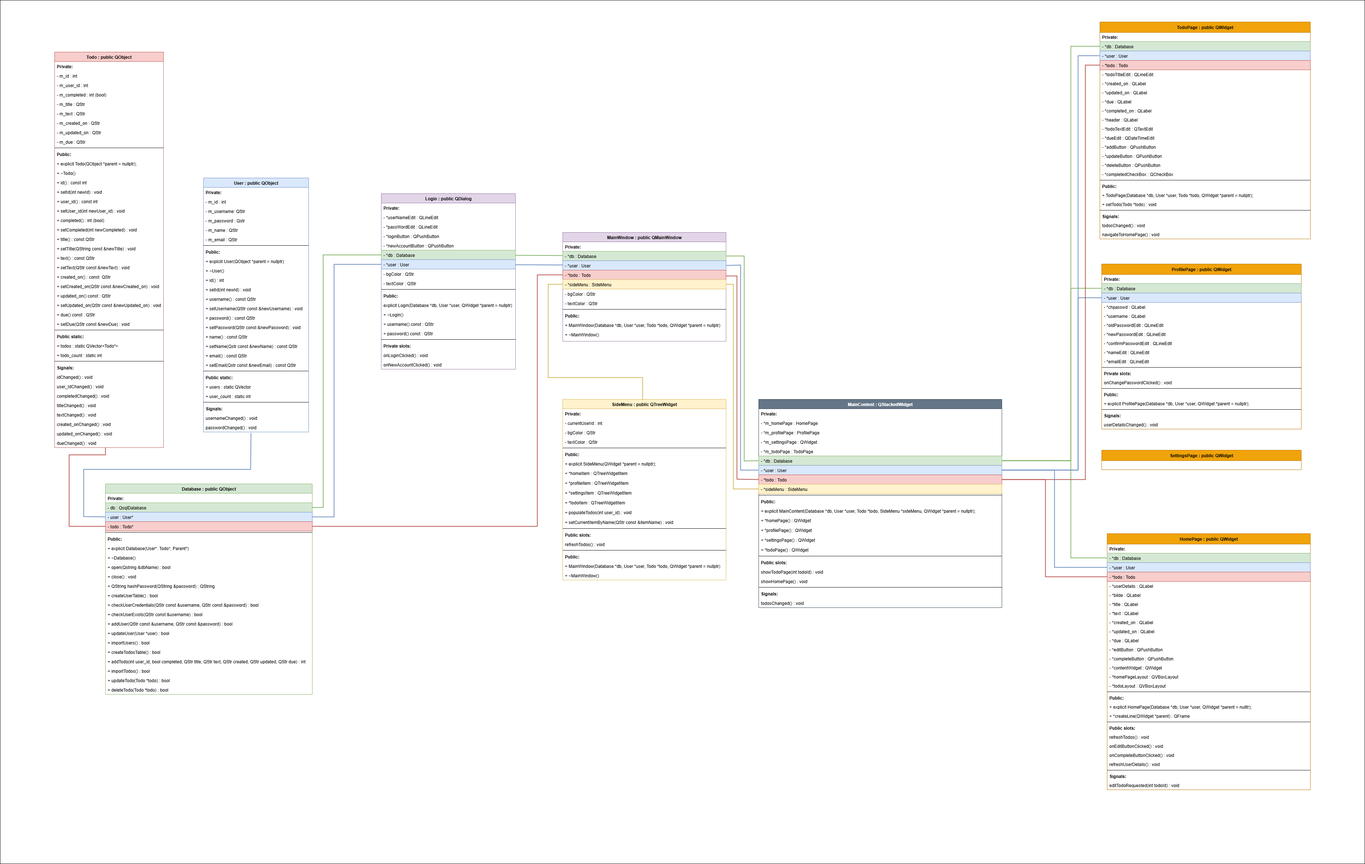
coc0nut/FiV_Mobile_Applikasjoner keeps this draw.io diagram as UML/Class Diagram.png. Above is the earlier version. Source tidied: cells renumbered, new cells last; positions are measured from the earlier drawing's top-left corner, leaving out a move shared by most shapes.
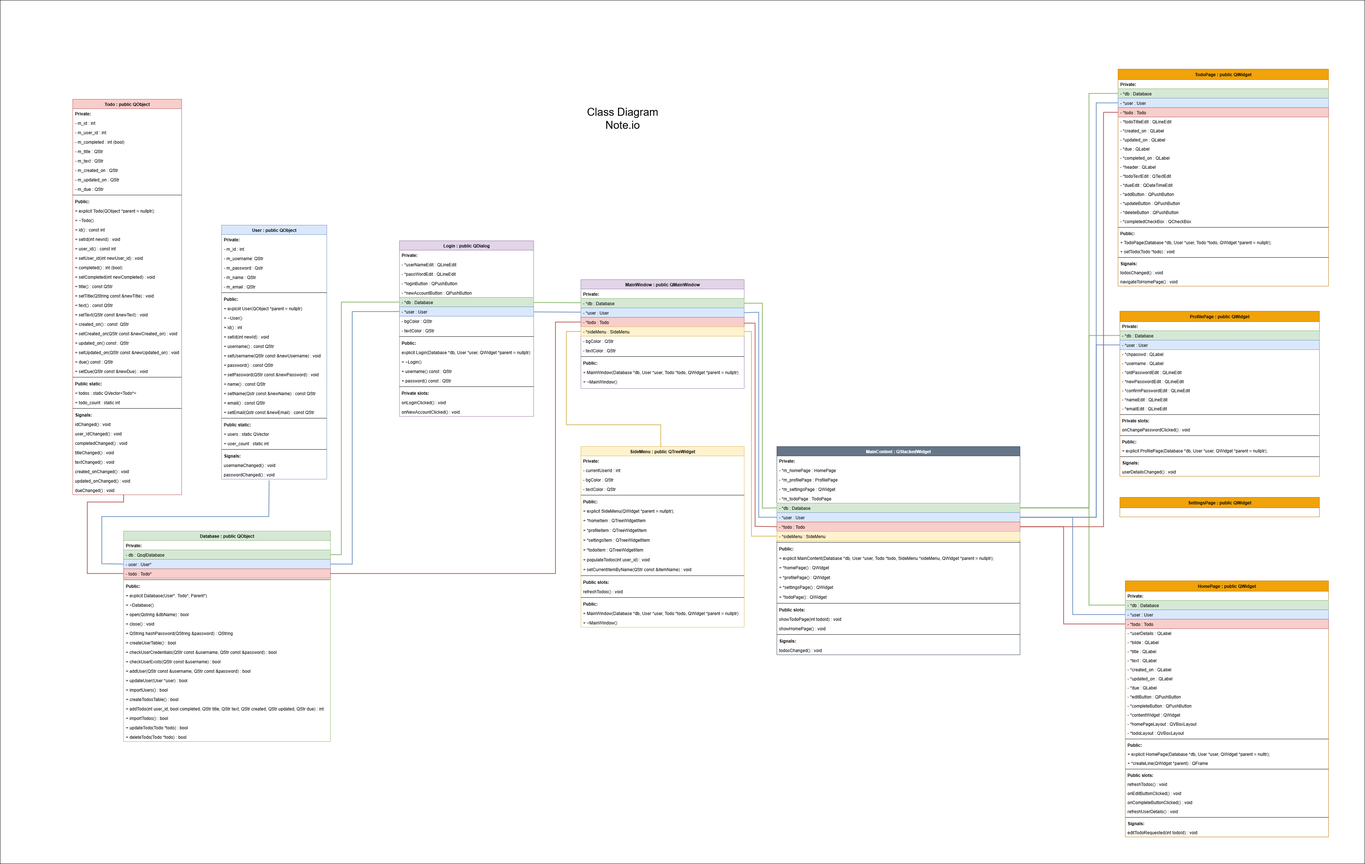
After the commit.

Diff of the diagram source:
```diff
@@ -3,7 +3,7 @@
     <mxCell id="0" />
     <mxCell id="1" parent="0" />
     <mxCell id="2" style="rounded=0;whiteSpace=wrap;html=1;" parent="1" vertex="1">
-      <mxGeometry width="3760" height="2380" as="geometry" />
+      <mxGeometry x="-50" y="-130" width="3760" height="2380" as="geometry" />
     </mxCell>
     <mxCell id="3" value="User : public QObject" style="swimlane;fontStyle=1;align=center;verticalAlign=top;horizontal=1;startSize=26;rounded=0;shadow=0;strokeWidth=1;fillColor=#dae8fc;strokeColor=#6c8ebf;" parent="1" vertex="1">
       <mxGeometry x="560" y="490" width="290" height="700" as="geometry" />
@@ -902,5 +902,8 @@
     <mxCell id="271" style="edgeStyle=orthogonalEdgeStyle;rounded=0;jettySize=auto;html=1;exitX=1;exitY=0.5;exitDx=0;exitDy=0;fillColor=#dae8fc;strokeColor=#6c8ebf;strokeWidth=2;endArrow=none;endFill=0;" parent="1" edge="1" source="167" target="191">
       <mxGeometry relative="1" as="geometry" />
     </mxCell>
+    <mxCell id="272" value="&lt;font style=&quot;font-size: 30px;&quot;&gt;Class Diagram&lt;br&gt;Note.io&lt;/font&gt;" style="text;html=1;align=center;verticalAlign=middle;whiteSpace=wrap;rounded=0;" parent="1" vertex="1">
+      <mxGeometry x="1400" y="180" width="530" height="30" as="geometry" />
+    </mxCell>
   </root>
 </mxGraphModel>
```
